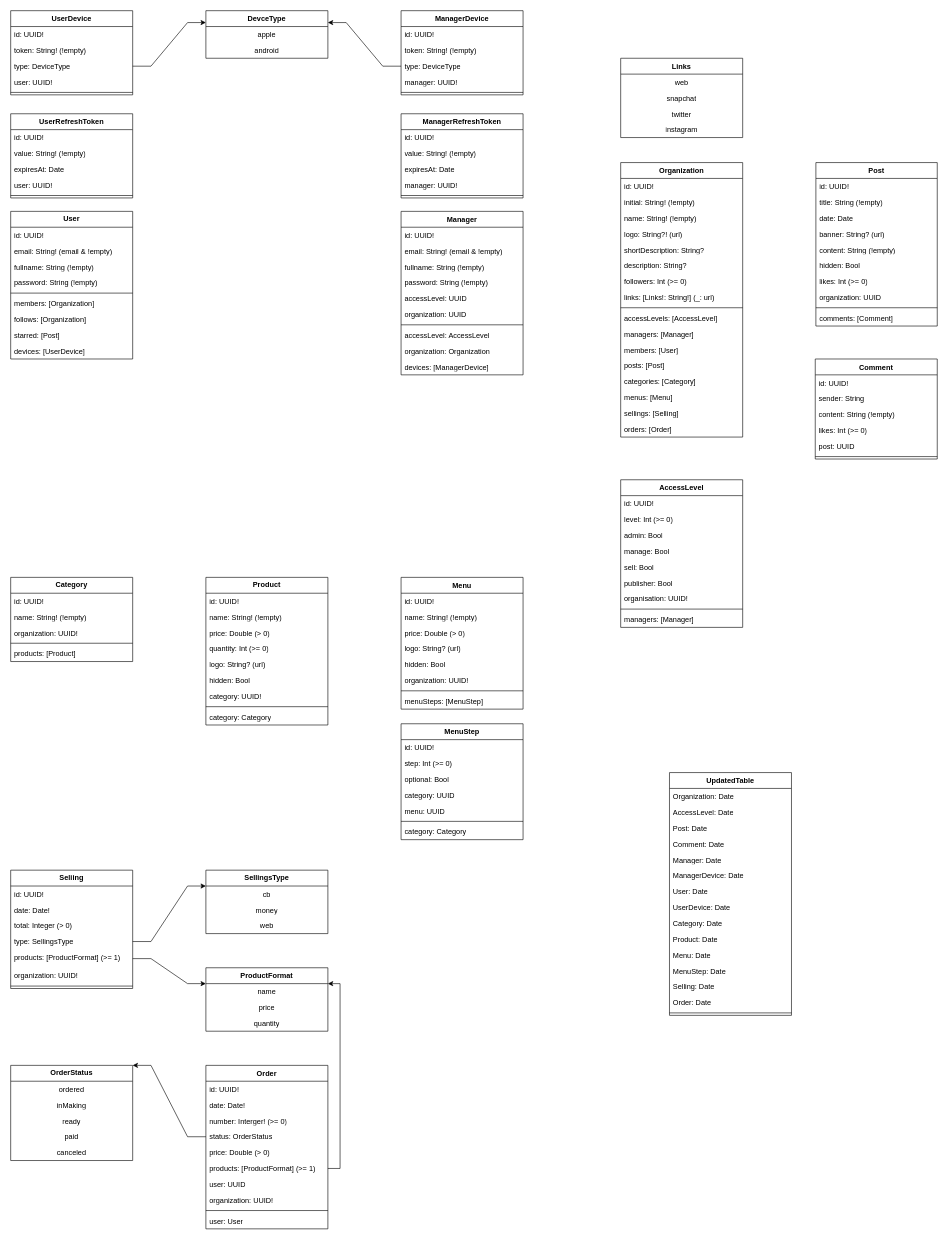
Earlier version of the draw.io diagram Labeli DB.drawio (FlorianClaisse/drawio). Source tidied: cells renumbered, new cells numbered last; positions are measured from the earlier drawing's top-left corner, leaving out a move shared by most shapes. Both pictures are drawn from the tidied source at 61%, with x=0, y=0 at pixel (10, 10).
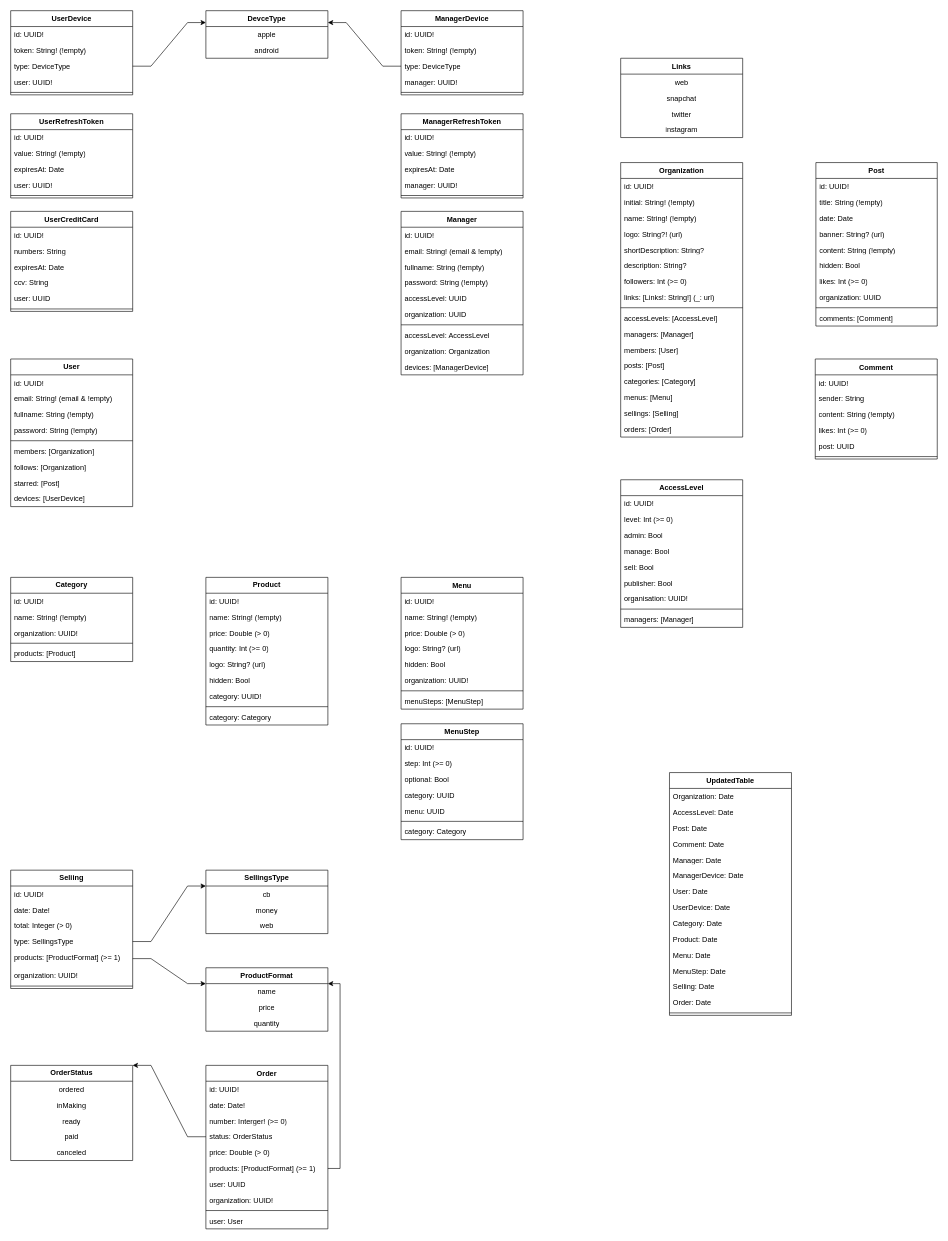
The same page after the edit.

Commit message:
Mettre à jour Labeli DB.drawio

The edit, as a diff of the source:
```diff
@@
     <mxCell id="8" value="User" style="swimlane;fontStyle=1;horizontal=1;startSize=26;fillColor=none;whiteSpace=wrap;html=1;" parent="1" vertex="1">
-      <mxGeometry y="329" width="200" height="242" as="geometry" />
+      <mxGeometry y="571" width="200" height="242" as="geometry" />
     </mxCell>
@@
+    <mxCell id="189" value="UserCreditCard" style="swimlane;fontStyle=1;align=center;verticalAlign=top;horizontal=1;startSize=26;whiteSpace=wrap;html=1;" parent="1" vertex="1">
+      <mxGeometry y="329" width="200" height="164" as="geometry" />
+    </mxCell>
+    <mxCell id="190" value="id: UUID!" style="text;strokeColor=none;fillColor=none;align=left;verticalAlign=top;spacingLeft=4;spacingRight=4;overflow=hidden;whiteSpace=wrap;html=1;" parent="189" vertex="1">
+      <mxGeometry y="26" width="200" height="26" as="geometry" />
+    </mxCell>
+    <mxCell id="191" value="numbers: String" style="text;strokeColor=none;fillColor=none;align=left;verticalAlign=top;spacingLeft=4;spacingRight=4;overflow=hidden;whiteSpace=wrap;html=1;" parent="189" vertex="1">
+      <mxGeometry y="52" width="200" height="26" as="geometry" />
+    </mxCell>
+    <mxCell id="192" value="expiresAt: Date" style="text;strokeColor=none;fillColor=none;align=left;verticalAlign=top;spacingLeft=4;spacingRight=4;overflow=hidden;whiteSpace=wrap;html=1;" parent="189" vertex="1">
+      <mxGeometry y="78" width="200" height="26" as="geometry" />
+    </mxCell>
+    <mxCell id="193" value="ccv: String" style="text;strokeColor=none;fillColor=none;align=left;verticalAlign=top;spacingLeft=4;spacingRight=4;overflow=hidden;whiteSpace=wrap;html=1;" parent="189" vertex="1">
+      <mxGeometry y="104" width="200" height="26" as="geometry" />
+    </mxCell>
+    <mxCell id="194" value="user: UUID" style="text;strokeColor=none;fillColor=none;align=left;verticalAlign=top;spacingLeft=4;spacingRight=4;overflow=hidden;whiteSpace=wrap;html=1;" parent="189" vertex="1">
+      <mxGeometry y="130" width="200" height="26" as="geometry" />
+    </mxCell>
+    <mxCell id="195" style="line;strokeWidth=1;fillColor=none;align=left;verticalAlign=middle;spacingTop=-1;spacingLeft=3;spacingRight=3;labelPosition=right;strokeColor=inherit;" parent="189" vertex="1">
+      <mxGeometry y="156" width="200" height="8" as="geometry" />
+    </mxCell>
```
